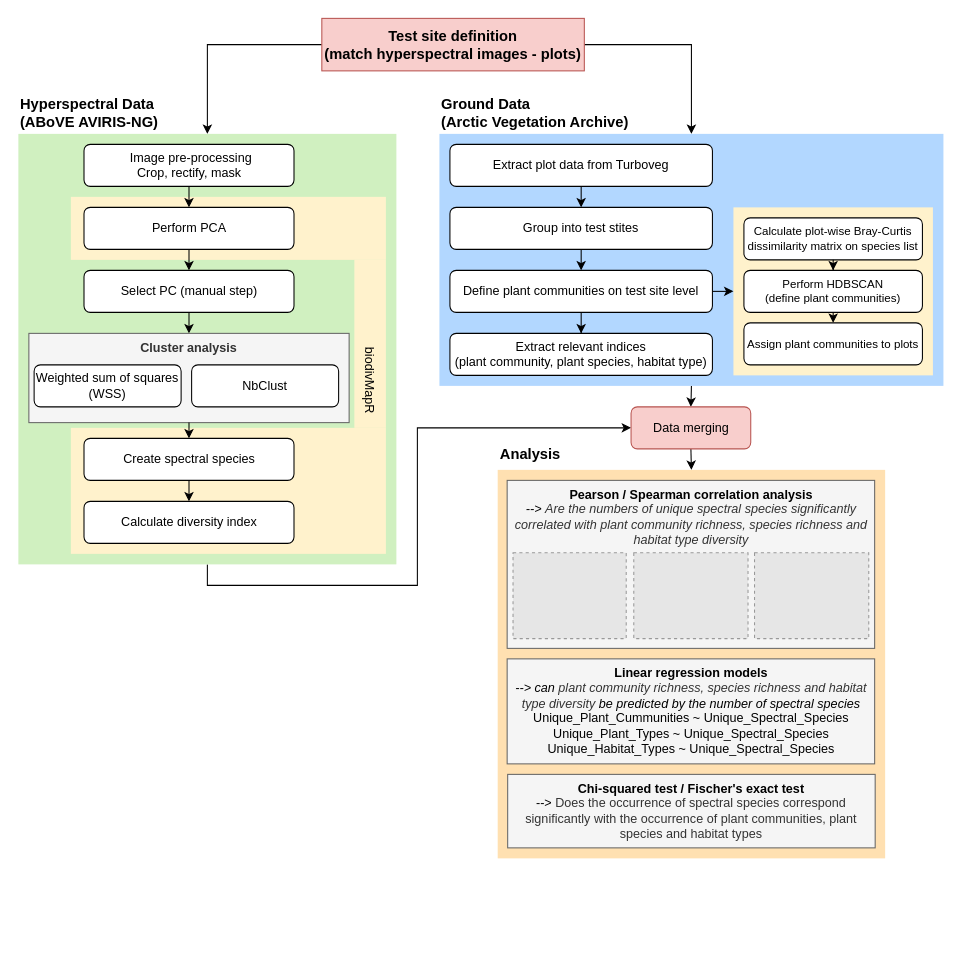
This is Drawio/Workflow_V2.drawio from patrickangst/UWW200_Master_Thesis_public, a draw.io file, before an edit. Source tidied: cells renumbered, new cells numbered last; positions are measured from the earlier drawing's top-left corner, leaving out a move shared by most shapes. Both pictures are drawn from the tidied source at 105%, with x=0, y=0 at pixel (18, 18). Pictures stored in the file or linked from it are replaced by grey dashed boxes.
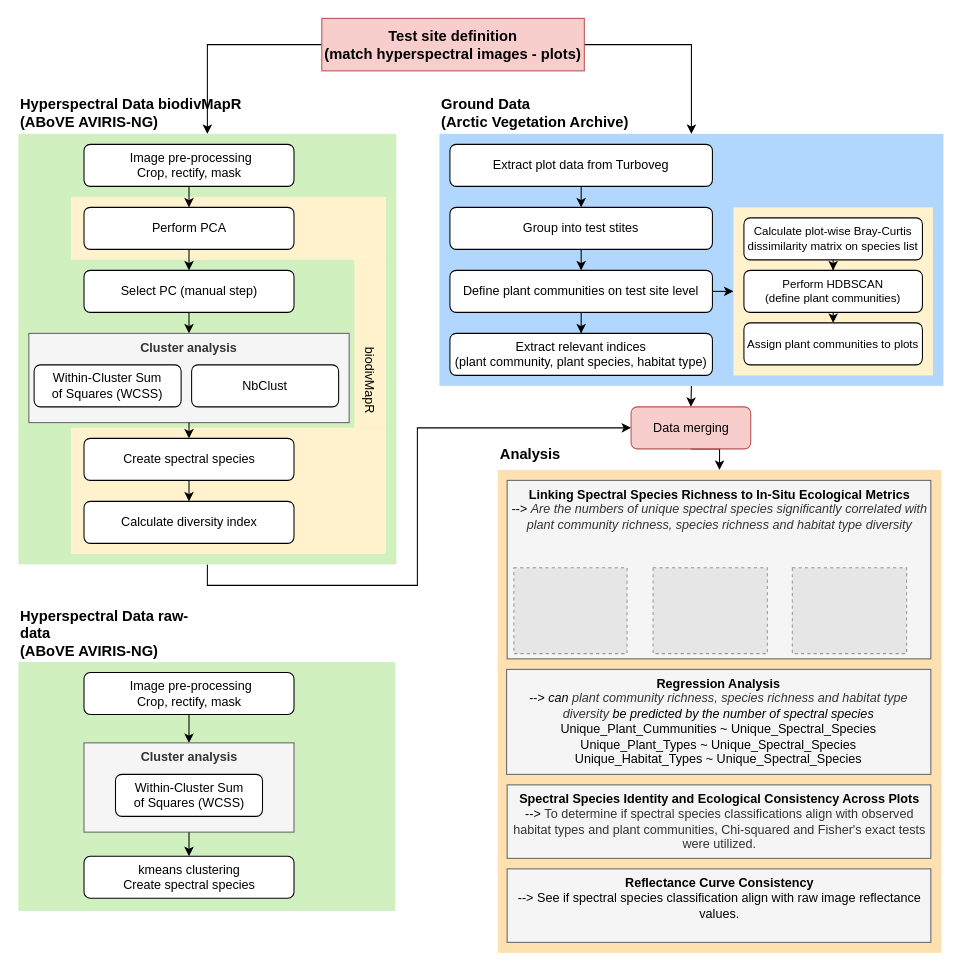
Above is the later version.

The change refers to these unchanged cells:
```xml
<mxCell id="39" style="group;" parent="1" vertex="1">
  <mxGeometry x="10" y="300" width="305" height="85" as="geometry" />
</mxCell>
```

Diff of the diagram source:
```diff
@@
     <mxCell id="2" style="rounded=0;whiteSpace=wrap;html=1;fillColor=light-dark(#ffe0b1, #281d00);strokeColor=none;" parent="1" vertex="1">
-      <mxGeometry x="456.5" y="430" width="369" height="370" as="geometry" />
+      <mxGeometry x="456.5" y="430" width="422.5" height="460" as="geometry" />
     </mxCell>
@@
-    <mxCell id="10" value="Hyperspectral Data&lt;div&gt;(ABoVE AVIRIS-NG)&lt;/div&gt;" style="text;html=1;strokeColor=none;fillColor=none;fontSize=14;fontStyle=1;" parent="1" vertex="1">
+    <mxCell id="10" value="Hyperspectral Data&amp;nbsp;&lt;span style=&quot;text-align: center; text-wrap-mode: wrap;&quot;&gt;&lt;font style=&quot;font-size: 14px;&quot;&gt;biodivMapR&lt;/font&gt;&lt;/span&gt;&lt;div&gt;(ABoVE AVIRIS-NG)&lt;/div&gt;" style="text;html=1;strokeColor=none;fillColor=none;fontSize=14;fontStyle=1;" parent="1" vertex="1">
       <mxGeometry y="67" width="270" height="40" as="geometry" />
     </mxCell>
@@
-    <mxCell id="41" value="Weighted sum of squares&lt;div&gt;(WSS)&lt;/div&gt;" style="rounded=1;whiteSpace=wrap;html=1;" parent="39" vertex="1">
+    <mxCell id="41" value="&lt;div&gt;Within-Cluster Sum&lt;/div&gt;&lt;div&gt;of Squares (WCSS)&lt;/div&gt;" style="rounded=1;whiteSpace=wrap;html=1;" parent="39" vertex="1">
       <mxGeometry x="5" y="30" width="140" height="40" as="geometry" />
     </mxCell>
@@
-    <mxCell id="44" value="&lt;b style=&quot;color: rgb(0, 0, 0);&quot;&gt;Linear regression models&lt;/b&gt;&lt;div&gt;&lt;span style=&quot;color: rgb(0, 0, 0);&quot;&gt;&lt;i&gt;--&amp;gt; can&amp;nbsp;&lt;/i&gt;&lt;i style=&quot;color: rgb(51, 51, 51);&quot;&gt;&lt;span style=&quot;background-color: transparent; color: light-dark(rgb(51, 51, 51), rgb(193, 193, 193));&quot;&gt;plant community richness, species richness and habitat type diversity&lt;/span&gt;&lt;/i&gt;&lt;i&gt;&amp;nbsp;be predicted by the number of spectral species&lt;/i&gt;&lt;br&gt;&lt;/span&gt;&lt;div&gt;&lt;span style=&quot;color: rgb(0, 0, 0);&quot;&gt;&lt;font color=&quot;#000000&quot;&gt;Unique_Plant_Cummunities&amp;nbsp;~ Unique_Spectral_Species&lt;/font&gt;&lt;div style=&quot;color: rgb(0, 0, 0); font-weight: 400;&quot;&gt;Unique_Plant_Types ~ Unique_Spectral_Species&lt;/div&gt;&lt;div style=&quot;color: rgb(0, 0, 0); font-weight: 400;&quot;&gt;Unique_Habitat_Types ~ Unique_Spectral_Species&lt;/div&gt;&lt;/span&gt;&lt;/div&gt;&lt;/div&gt;" style="rounded=0;whiteSpace=wrap;html=1;fillColor=#f5f5f5;strokeColor=#666666;align=center;verticalAlign=top;fontColor=#333333;" parent="1" vertex="1">
-      <mxGeometry x="465.5" y="610" width="350" height="100" as="geometry" />
+    <mxCell id="44" value="&lt;b style=&quot;color: rgb(0, 0, 0);&quot;&gt;Regression Analysis&lt;/b&gt;&lt;div&gt;&lt;span style=&quot;color: rgb(0, 0, 0);&quot;&gt;&lt;i&gt;--&amp;gt; can&amp;nbsp;&lt;/i&gt;&lt;i style=&quot;color: rgb(51, 51, 51);&quot;&gt;&lt;span style=&quot;background-color: transparent; color: light-dark(rgb(51, 51, 51), rgb(193, 193, 193));&quot;&gt;plant community richness, species richness and habitat type diversity&lt;/span&gt;&lt;/i&gt;&lt;i&gt;&amp;nbsp;be predicted by the number of spectral species&lt;/i&gt;&lt;br&gt;&lt;/span&gt;&lt;div&gt;&lt;span style=&quot;color: rgb(0, 0, 0);&quot;&gt;&lt;font color=&quot;#000000&quot;&gt;Unique_Plant_Cummunities&amp;nbsp;~ Unique_Spectral_Species&lt;/font&gt;&lt;div style=&quot;color: rgb(0, 0, 0); font-weight: 400;&quot;&gt;Unique_Plant_Types ~ Unique_Spectral_Species&lt;/div&gt;&lt;div style=&quot;color: rgb(0, 0, 0); font-weight: 400;&quot;&gt;Unique_Habitat_Types ~ Unique_Spectral_Species&lt;/div&gt;&lt;/span&gt;&lt;/div&gt;&lt;/div&gt;" style="rounded=0;whiteSpace=wrap;html=1;fillColor=#f5f5f5;strokeColor=#666666;align=center;verticalAlign=top;fontColor=#333333;" parent="1" vertex="1">
+      <mxGeometry x="465" y="620" width="404" height="100" as="geometry" />
     </mxCell>
-    <mxCell id="45" value="&lt;div&gt;&lt;span style=&quot;color: rgb(0, 0, 0);&quot;&gt;&lt;font color=&quot;#000000&quot;&gt;&lt;b&gt;Chi-squared test / Fischer's exact test&lt;/b&gt;&lt;/font&gt;&lt;/span&gt;&lt;/div&gt;&lt;div&gt;&lt;font color=&quot;#000000&quot;&gt;--&amp;gt;&amp;nbsp;&lt;/font&gt;&lt;span style=&quot;background-color: transparent; color: light-dark(rgb(51, 51, 51), rgb(193, 193, 193));&quot;&gt;Does the occurrence of spectral species correspond significantly with the occurrence of plant communities, plant species and habitat types&lt;/span&gt;&lt;/div&gt;" style="rounded=0;whiteSpace=wrap;html=1;fillColor=#f5f5f5;strokeColor=#666666;align=center;verticalAlign=top;fontColor=#333333;" parent="1" vertex="1">
-      <mxGeometry x="466" y="720" width="350" height="70" as="geometry" />
+    <mxCell id="45" value="&lt;div&gt;&lt;span style=&quot;color: rgb(0, 0, 0);&quot;&gt;&lt;font color=&quot;#000000&quot;&gt;&lt;span style=&quot;background-color: transparent;&quot;&gt;&lt;b&gt;Spectral Species Identity and Ecological Consistency Across Plots&lt;/b&gt;&lt;/span&gt;&lt;/font&gt;&lt;/span&gt;&lt;/div&gt;&lt;div&gt;&lt;font color=&quot;#000000&quot;&gt;--&amp;gt;&amp;nbsp;&lt;/font&gt;&lt;span style=&quot;background-color: transparent; color: light-dark(rgb(51, 51, 51), rgb(193, 193, 193));&quot;&gt;To determine if spectral species classifications align with observed habitat types and plant communities, Chi-squared and Fisher's exact tests were utilized.&lt;/span&gt;&lt;/div&gt;" style="rounded=0;whiteSpace=wrap;html=1;fillColor=#f5f5f5;strokeColor=#666666;align=center;verticalAlign=top;fontColor=#333333;" parent="1" vertex="1">
+      <mxGeometry x="465.5" y="730" width="403.5" height="70" as="geometry" />
     </mxCell>
     <mxCell id="46" style="group;" parent="1" vertex="1">
-      <mxGeometry x="465.5" y="440" width="350" height="160" as="geometry" />
+      <mxGeometry x="465.5" y="440" width="403.5" height="170" as="geometry" />
     </mxCell>
-    <mxCell id="47" value="&lt;b style=&quot;color: rgb(0, 0, 0);&quot;&gt;Pearson / Spearman correlation analysis&lt;/b&gt;&lt;div&gt;&lt;i&gt;&lt;b style=&quot;color: rgb(0, 0, 0);&quot;&gt;&lt;span style=&quot;font-weight: 400; color: rgb(0, 0, 0);&quot;&gt;--&amp;gt;&amp;nbsp;&lt;/span&gt;&lt;/b&gt;&lt;span style=&quot;background-color: transparent; color: light-dark(rgb(51, 51, 51), rgb(193, 193, 193));&quot;&gt;Are the numbers of unique spectral species significantly correlated with plant community richness, species richness and habitat type diversity&lt;/span&gt;&lt;/i&gt;&lt;/div&gt;" style="rounded=0;whiteSpace=wrap;html=1;fillColor=#f5f5f5;strokeColor=#666666;align=center;verticalAlign=top;fontColor=#333333;" parent="46" vertex="1">
-      <mxGeometry width="350" height="160" as="geometry" />
+    <mxCell id="47" value="&lt;b style=&quot;color: rgb(0, 0, 0);&quot;&gt;Linking Spectral Species Richness to In-Situ Ecological Metrics&lt;/b&gt;&lt;div&gt;&lt;i&gt;&lt;b style=&quot;color: rgb(0, 0, 0);&quot;&gt;&lt;span style=&quot;font-weight: 400; color: rgb(0, 0, 0);&quot;&gt;--&amp;gt;&amp;nbsp;&lt;/span&gt;&lt;/b&gt;&lt;span style=&quot;background-color: transparent; color: light-dark(rgb(51, 51, 51), rgb(193, 193, 193));&quot;&gt;Are the numbers of unique spectral species significantly correlated with plant community richness, species richness and habitat type diversity&lt;/span&gt;&lt;/i&gt;&lt;/div&gt;" style="rounded=0;whiteSpace=wrap;html=1;fillColor=#f5f5f5;strokeColor=#666666;align=center;verticalAlign=top;fontColor=#333333;" parent="46" vertex="1">
+      <mxGeometry width="403.5" height="170" as="geometry" />
     </mxCell>
     <mxCell id="48" style="fillColor=#E6E6E6;strokeColor=#999999;dashed=1;verticalLabelPosition=bottom;labelBackgroundColor=default;verticalAlign=top;" parent="46" vertex="1">
-      <mxGeometry x="5.6" y="69" width="107.8" height="81.7" as="geometry" />
+      <mxGeometry x="6.4" y="83.3" width="107.8" height="81.7" as="geometry" />
     </mxCell>
     <mxCell id="49" style="fillColor=#E6E6E6;strokeColor=#999999;dashed=1;verticalLabelPosition=bottom;labelBackgroundColor=default;verticalAlign=top;" parent="46" vertex="1">
-      <mxGeometry x="120.6" y="69" width="108.8" height="81.7" as="geometry" />
+      <mxGeometry x="139" y="83.3" width="108.8" height="81.7" as="geometry" />
     </mxCell>
     <mxCell id="50" style="fillColor=#E6E6E6;strokeColor=#999999;dashed=1;verticalLabelPosition=bottom;labelBackgroundColor=default;verticalAlign=top;" parent="46" vertex="1">
-      <mxGeometry x="235.6" y="69" width="108.8" height="81.7" as="geometry" />
+      <mxGeometry x="271.6" y="83.3" width="108.8" height="81.7" as="geometry" />
     </mxCell>
@@
+    <mxCell id="54" value="&lt;div&gt;&lt;span style=&quot;color: rgb(0, 0, 0);&quot;&gt;&lt;font color=&quot;#000000&quot;&gt;&lt;span style=&quot;background-color: transparent;&quot;&gt;&lt;b&gt;Reflectance Curve Consistency&lt;/b&gt;&lt;/span&gt;&lt;/font&gt;&lt;/span&gt;&lt;/div&gt;&lt;div&gt;&lt;font color=&quot;#000000&quot;&gt;--&amp;gt; See if spectral species classification align with raw image reflectance values.&lt;/font&gt;&lt;/div&gt;" style="rounded=0;whiteSpace=wrap;html=1;fillColor=#f5f5f5;strokeColor=#666666;align=center;verticalAlign=top;fontColor=#333333;" parent="1" vertex="1">
+      <mxGeometry x="465.5" y="810" width="403.5" height="70" as="geometry" />
+    </mxCell>
+    <mxCell id="55" style="rounded=0;whiteSpace=wrap;html=1;fillColor=light-dark(#d0f0c0, #281d00);strokeColor=none;" parent="1" vertex="1">
+      <mxGeometry y="613" width="359" height="237" as="geometry" />
+    </mxCell>
+    <mxCell id="56" value="Hyperspectral Data&amp;nbsp;&lt;span style=&quot;text-align: center; text-wrap-mode: wrap;&quot;&gt;&lt;font style=&quot;font-size: 14px;&quot;&gt;raw-data&lt;/font&gt;&lt;/span&gt;&lt;div&gt;&lt;span style=&quot;background-color: transparent; color: light-dark(rgb(0, 0, 0), rgb(255, 255, 255));&quot;&gt;(ABoVE AVIRIS-NG)&lt;/span&gt;&lt;/div&gt;" style="text;html=1;strokeColor=none;fillColor=none;fontSize=14;fontStyle=1;" parent="1" vertex="1">
+      <mxGeometry y="554" width="369" height="69" as="geometry" />
+    </mxCell>
+    <mxCell id="57" style="edgeStyle=orthogonalEdgeStyle;rounded=0;jettySize=auto;html=1;exitX=0.5;exitY=1;exitDx=0;exitDy=0;entryX=0.5;entryY=0;entryDx=0;entryDy=0;" parent="1" edge="1" source="58" target="60">
+      <mxGeometry relative="1" as="geometry" />
+    </mxCell>
+    <mxCell id="58" value="&amp;nbsp;Image pre-processing&lt;div&gt;Crop, rectify, mask&lt;/div&gt;" style="rounded=1;whiteSpace=wrap;html=1;" parent="1" vertex="1">
+      <mxGeometry x="62.5" y="623" width="200" height="40" as="geometry" />
+    </mxCell>
+    <mxCell id="59" value="&lt;div&gt;kmeans clustering&lt;/div&gt;Create spectral species" style="rounded=1;whiteSpace=wrap;html=1;" parent="1" vertex="1">
+      <mxGeometry x="62.5" y="798" width="200" height="40" as="geometry" />
+    </mxCell>
+    <mxCell id="60" value="&lt;b&gt;Cluster analysis&lt;/b&gt;" style="rounded=0;whiteSpace=wrap;html=1;fillColor=#f5f5f5;strokeColor=#666666;align=center;verticalAlign=top;fontColor=#333333;" parent="1" vertex="1">
+      <mxGeometry x="62.5" y="690" width="200" height="85" as="geometry" />
+    </mxCell>
+    <mxCell id="61" style="edgeStyle=orthogonalEdgeStyle;rounded=0;jettySize=auto;html=1;exitX=0.5;exitY=1;exitDx=0;exitDy=0;entryX=0.5;entryY=0;entryDx=0;entryDy=0;" parent="1" edge="1" source="60" target="59">
+      <mxGeometry relative="1" as="geometry" />
+    </mxCell>
+    <mxCell id="62" value="&lt;div&gt;Within-Cluster Sum&lt;/div&gt;&lt;div&gt;of Squares (WCSS)&lt;/div&gt;" style="rounded=1;whiteSpace=wrap;html=1;" parent="1" vertex="1">
+      <mxGeometry x="92.5" y="720" width="140" height="40" as="geometry" />
+    </mxCell>
```
